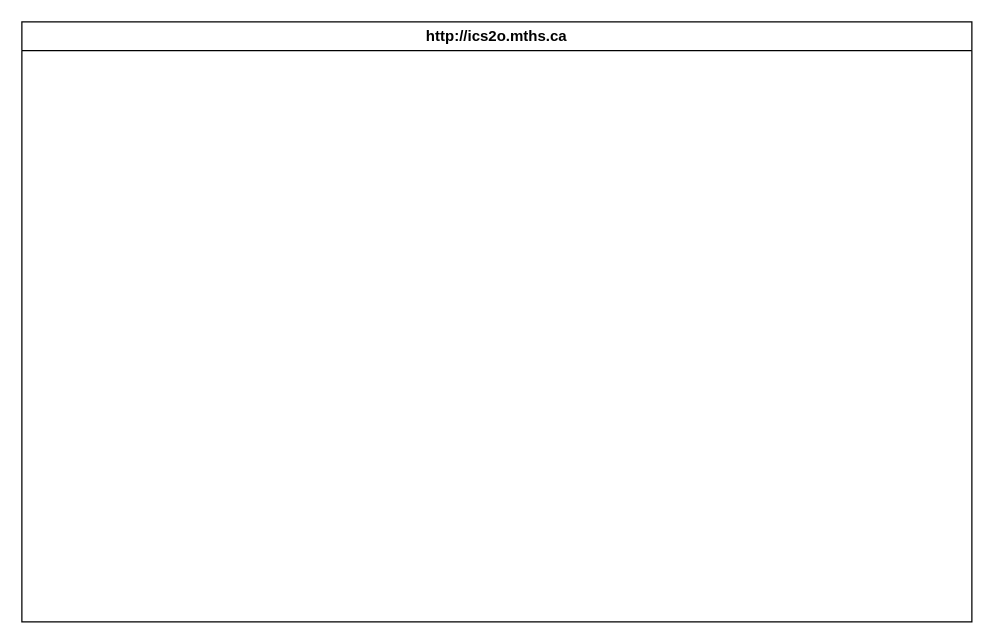
MTHS-ICS2O-2-2022/ICS2O-Unit-3-04-austin-scavone keeps this draw.io diagram as design/storyboard.drawio. Above is the earlier version. Source tidied: cells renumbered, new cells numbered last; positions are measured from the earlier drawing's top-left corner, leaving out a move shared by most shapes. Both pictures are drawn from the tidied source at 125%, with x=0, y=0 at pixel (21, 21).
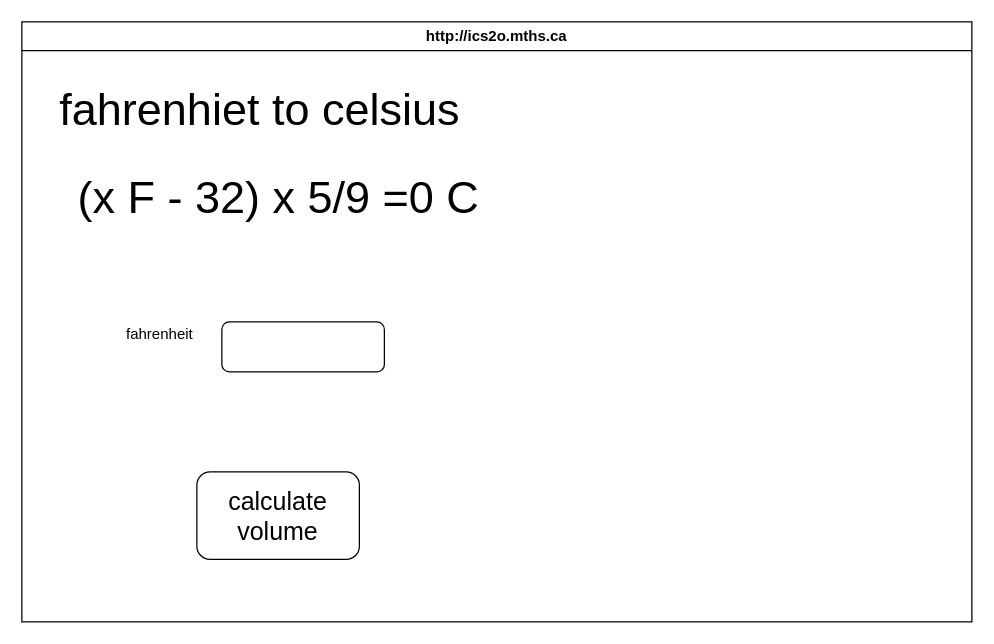
Above is the later version.

The edit, as a diff of the source:
```diff
@@
 <mxGraphModel>
   <root>
     <mxCell id="0" />
     <mxCell id="1" parent="0" />
     <mxCell id="2" value="http://ics2o.mths.ca" style="swimlane;whiteSpace=wrap;html=1;" parent="1" vertex="1">
       <mxGeometry width="760" height="480" as="geometry" />
     </mxCell>
+    <mxCell id="3" value="&lt;font style=&quot;font-size: 36px;&quot;&gt;(x F - 32) x 5/9 =0 C&lt;/font&gt;" style="text;html=1;align=center;verticalAlign=middle;strokeColor=none;fillColor=none;fontSize=30;" parent="2" vertex="1">
+      <mxGeometry x="35" y="110" width="340" height="60" as="geometry" />
+    </mxCell>
+    <mxCell id="4" value="fahrenhiet to celsius" style="text;html=1;align=center;verticalAlign=middle;strokeColor=none;fillColor=none;fontSize=36;" parent="2" vertex="1">
+      <mxGeometry x="20" y="40" width="340" height="60" as="geometry" />
+    </mxCell>
+    <mxCell id="5" style="rounded=1;whiteSpace=wrap;html=1;fontSize=39;" parent="1" vertex="1">
+      <mxGeometry x="160" y="240" width="130" height="40" as="geometry" />
+    </mxCell>
+    <mxCell id="6" value="calculate volume" style="rounded=1;whiteSpace=wrap;html=1;fontSize=20;" parent="1" vertex="1">
+      <mxGeometry x="140" y="360" width="130" height="70" as="geometry" />
+    </mxCell>
+    <mxCell id="7" value="fahrenheit" style="text;html=1;align=center;verticalAlign=middle;strokeColor=none;fillColor=none;" parent="1" vertex="1">
+      <mxGeometry x="70" y="235" width="80" height="30" as="geometry" />
+    </mxCell>
   </root>
 </mxGraphModel>
```
